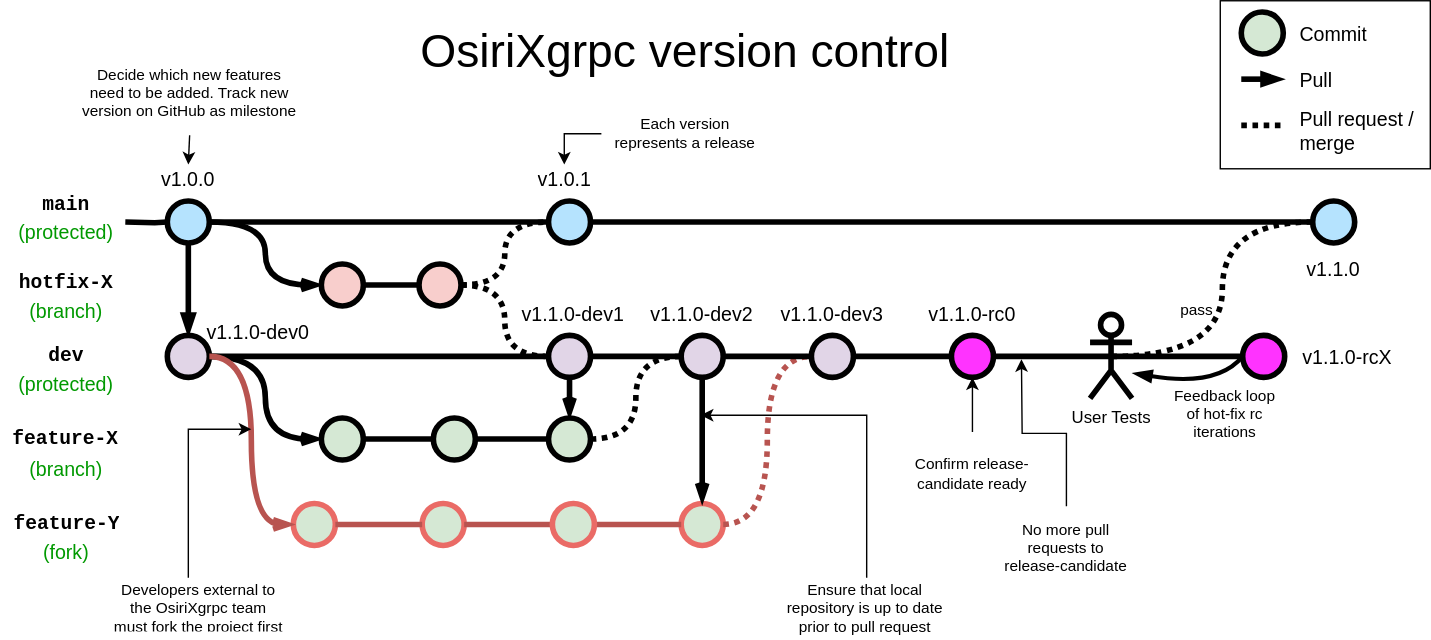
This is docs/docs/assets/osirixgrpc.drawio.svg from osirixgrpc/osirixgrpc, a draw.io export, as it was before one commit. Source tidied: cells renumbered, new cells last; positions are measured from the earlier drawing's top-left corner, leaving out a move shared by most shapes.
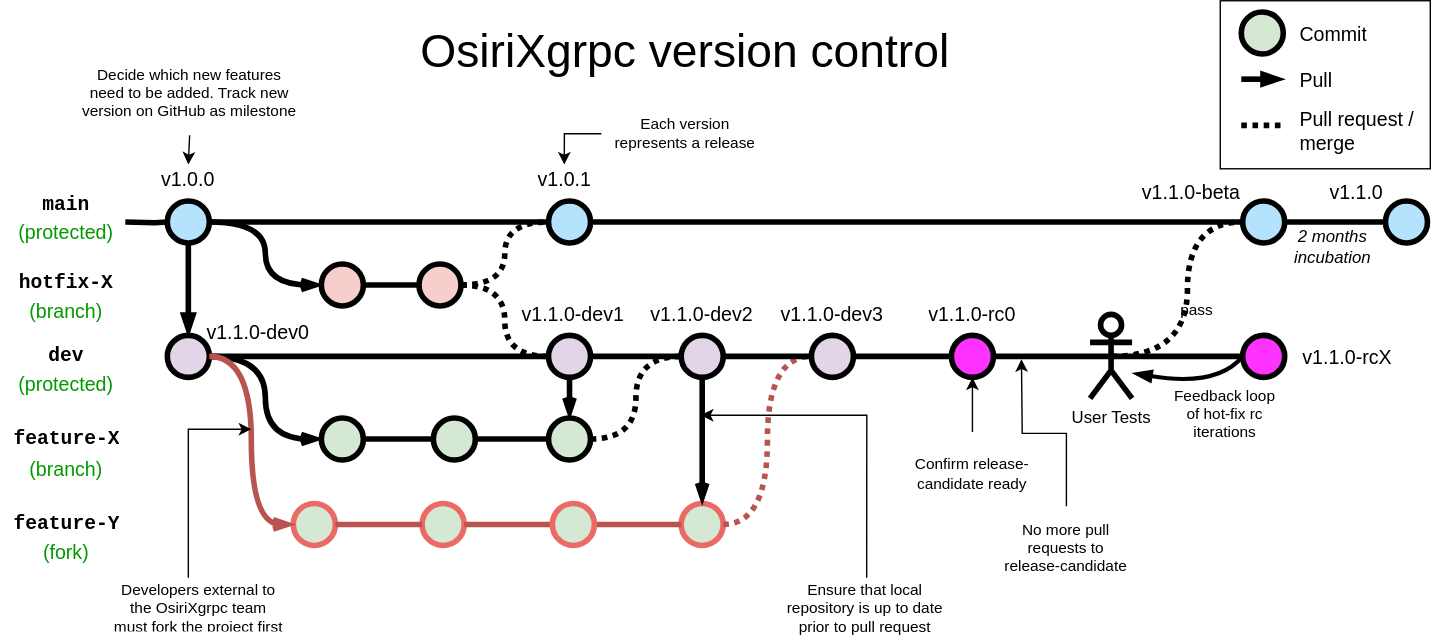
After the change.

Commit message:
Added beta to drawing

What changed in the source:
```diff
@@ -3,7 +3,7 @@
     <mxCell id="0" />
     <mxCell id="1" parent="0" />
     <mxCell id="2" style="group;" parent="1" vertex="1">
-      <mxGeometry x="850" y="16" width="150" height="130" as="geometry" />
+      <mxGeometry x="850" y="16" width="150" height="140" as="geometry" />
     </mxCell>
     <mxCell id="3" style="rounded=0;whiteSpace=wrap;html=1;fillColor=none;" parent="2" vertex="1">
       <mxGeometry x="22" y="-16" width="150" height="120" as="geometry" />
@@ -32,6 +32,12 @@
     <mxCell id="9" value="Pull request / merge" style="text;html=1;strokeColor=none;fillColor=none;align=left;verticalAlign=middle;whiteSpace=wrap;overflow=hidden;fontSize=14;" parent="2" vertex="1">
       <mxGeometry x="77" y="56" width="90" height="42" as="geometry" />
     </mxCell>
+    <mxCell id="44" value="v1.1.0-beta" style="text;html=1;strokeColor=none;fillColor=none;align=center;verticalAlign=middle;whiteSpace=wrap;overflow=hidden;fontSize=14;" parent="2" vertex="1">
+      <mxGeometry x="-42" y="110" width="87" height="20" as="geometry" />
+    </mxCell>
+    <mxCell id="91" value="v1.1.0" style="text;html=1;strokeColor=none;fillColor=none;align=center;verticalAlign=middle;whiteSpace=wrap;overflow=hidden;fontSize=14;" parent="2" vertex="1">
+      <mxGeometry x="76" y="110" width="87" height="20" as="geometry" />
+    </mxCell>
     <mxCell id="10" style="edgeStyle=orthogonalEdgeStyle;rounded=0;html=1;jettySize=auto;plain-blue;endArrow=none;endFill=0;strokeWidth=4;strokeColor=#000000;entryX=0;entryY=0.5;entryDx=0;entryDy=0;entryPerimeter=0;" parent="1" edge="1" source="12" target="29">
       <mxGeometry x="292.2" y="211" as="geometry" />
     </mxCell>
@@ -42,7 +48,7 @@
       <mxGeometry x="120" y="143" width="30" height="30" as="geometry" />
     </mxCell>
     <mxCell id="13" style="verticalLabelPosition=bottom;verticalAlign=top;html=1;strokeWidth=4;shape=mxgraph.flowchart.on-page_reference;plain-blue;gradientColor=none;strokeColor=#000000;fillColor=#B5E3FE;" parent="1" vertex="1">
-      <mxGeometry x="938" y="143" width="30" height="30" as="geometry" />
+      <mxGeometry x="888" y="143" width="30" height="30" as="geometry" />
     </mxCell>
     <mxCell id="14" style="edgeStyle=orthogonalEdgeStyle;rounded=0;html=1;jettySize=auto;strokeWidth=4;endArrow=none;endFill=0;" parent="1" edge="1" target="12">
       <mxGeometry x="192.2" y="211" as="geometry">
@@ -138,9 +144,6 @@
     <mxCell id="43" style="edgeStyle=orthogonalEdgeStyle;rounded=0;html=1;jettySize=auto;plain-blue;endArrow=blockThin;endFill=1;strokeWidth=4;strokeColor=#000000;exitX=0.5;exitY=1;exitDx=0;exitDy=0;exitPerimeter=0;entryX=0.5;entryY=0;entryDx=0;entryDy=0;entryPerimeter=0;" parent="1" edge="1" source="12" target="32">
       <mxGeometry x="292.2" y="211" as="geometry" />
     </mxCell>
-    <mxCell id="44" value="v1.1.0" style="text;html=1;strokeColor=none;fillColor=none;align=center;verticalAlign=middle;whiteSpace=wrap;overflow=hidden;fontSize=14;" parent="1" vertex="1">
-      <mxGeometry x="918" y="181" width="70" height="20" as="geometry" />
-    </mxCell>
     <mxCell id="45" value="v1.1.0-dev0" style="text;html=1;strokeColor=none;fillColor=none;align=center;verticalAlign=middle;whiteSpace=wrap;overflow=hidden;fontSize=14;" parent="1" vertex="1">
       <mxGeometry x="140" y="226" width="90" height="20" as="geometry" />
     </mxCell>
@@ -297,5 +300,14 @@
     <mxCell id="90" value="(branch)" style="text;html=1;strokeColor=none;fillColor=none;align=center;verticalAlign=middle;whiteSpace=wrap;overflow=hidden;fontSize=14;fontStyle=0;fontColor=#009900;" parent="88" vertex="1">
       <mxGeometry x="7.1" y="28" width="71.8" height="20" as="geometry" />
     </mxCell>
+    <mxCell id="92" style="verticalLabelPosition=bottom;verticalAlign=top;html=1;strokeWidth=4;shape=mxgraph.flowchart.on-page_reference;plain-blue;gradientColor=none;strokeColor=#000000;fillColor=#B5E3FE;" parent="1" vertex="1">
+      <mxGeometry x="990" y="143" width="30" height="30" as="geometry" />
+    </mxCell>
+    <mxCell id="93" style="edgeStyle=orthogonalEdgeStyle;rounded=0;jettySize=auto;html=1;fontSize=15;endArrow=none;endFill=0;strokeWidth=4;entryX=0;entryY=0.5;entryDx=0;entryDy=0;entryPerimeter=0;exitX=1;exitY=0.5;exitDx=0;exitDy=0;exitPerimeter=0;" parent="1" edge="1" source="13" target="92">
+      <mxGeometry relative="1" as="geometry" />
+    </mxCell>
+    <mxCell id="94" value="&lt;i style=&quot;font-size: 12px;&quot;&gt;2 months&lt;br&gt;incubation&lt;br&gt;&lt;/i&gt;" style="text;html=1;strokeColor=none;fillColor=none;align=center;verticalAlign=middle;whiteSpace=wrap;overflow=hidden;fontSize=12;" parent="1" vertex="1">
+      <mxGeometry x="909" y="158" width="87" height="36" as="geometry" />
+    </mxCell>
   </root>
 </mxGraphModel>
```
